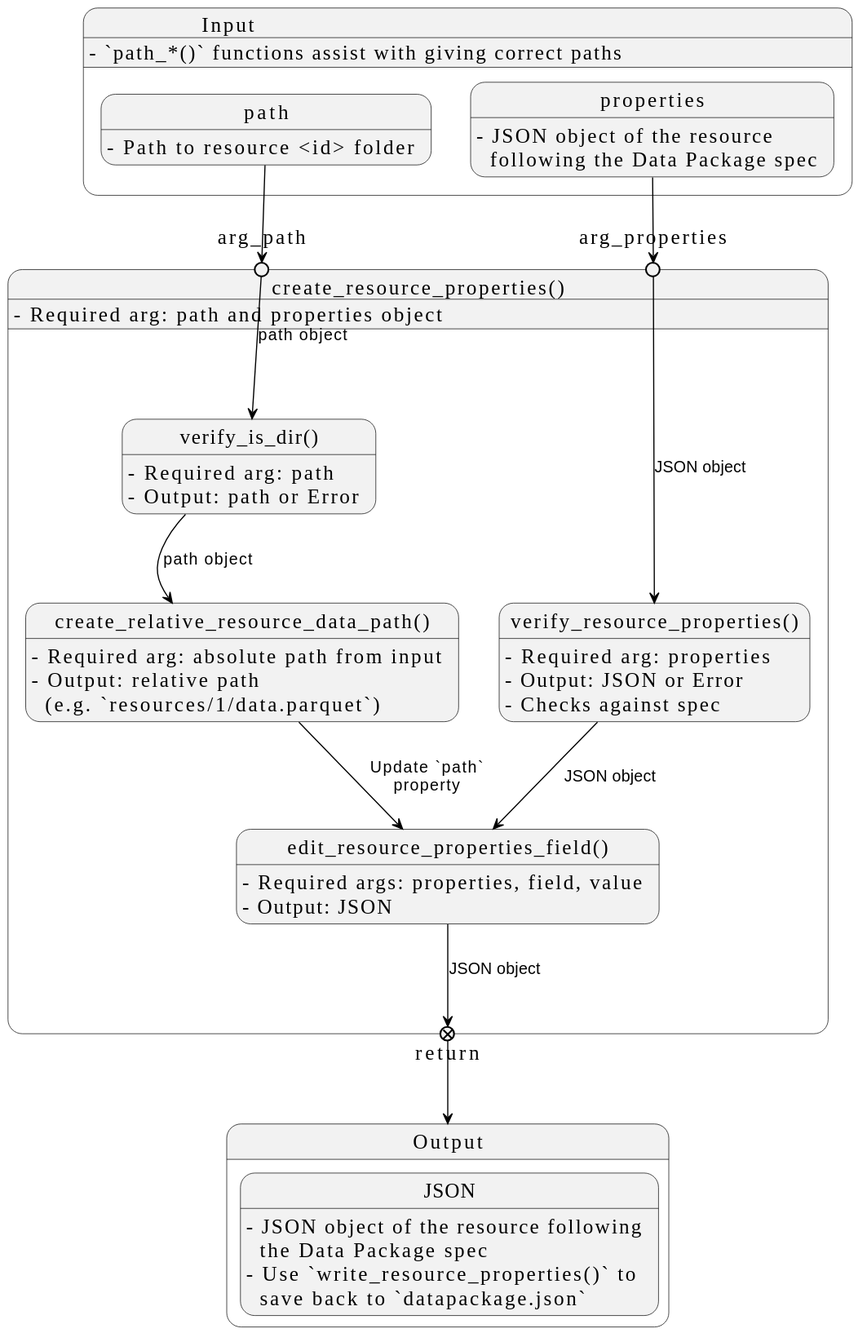
This is docs/design/images/core-python-functions/create-resource-properties.svg from signekb/seedcase-sprout, a PlantUML export, as it was before one commit. The source it was exported from:
```plantuml
@startuml
!theme seedcase from https://raw.githubusercontent.com/seedcase-project/seedcase-theme/main

state "Input" as input {
  input : - `path_*()` functions assist with giving correct paths
  path : - Path to resource <id> folder
  properties: - JSON object of the resource\n  following the Data Package spec
}

state "Output" as output {
  state "JSON" as json_output
  json_output : - JSON object of the resource following\n  the Data Package spec
  json_output : - Use `write_resource_properties()` to\n  save back to `datapackage.json`
}

state "create_resource_properties()" as crp {
  crp : - Required arg: path and properties object

  state arg_path <<entryPoint>>
  state arg_properties <<entryPoint>>

  path --> arg_path
  properties --> arg_properties

  state "verify_is_dir()" as vid
  vid : - Required arg: path
  vid : - Output: path or Error
  arg_path --> vid : path object

  state "create_relative_resource_data_path()" as crrdp
  crrdp : - Required arg: absolute path from input
  crrdp : - Output: relative path\n  (e.g. `resources/1/data.parquet`)
  vid --> crrdp : path object

  state "verify_resource_properties()" as vrp
  vrp : - Required arg: properties
  vrp : - Output: JSON or Error
  vrp : - Checks against spec
  arg_properties --> vrp : JSON object

  state "edit_resource_properties_field()" as erpf
  erpf : - Required args: properties, field, value
  erpf : - Output: JSON
  crrdp --> erpf : Update `path`\nproperty
  vrp --> erpf : JSON object

  state "return" <<exitPoint>>
  erpf --> return : JSON object
  return --> output
}
@enduml
```
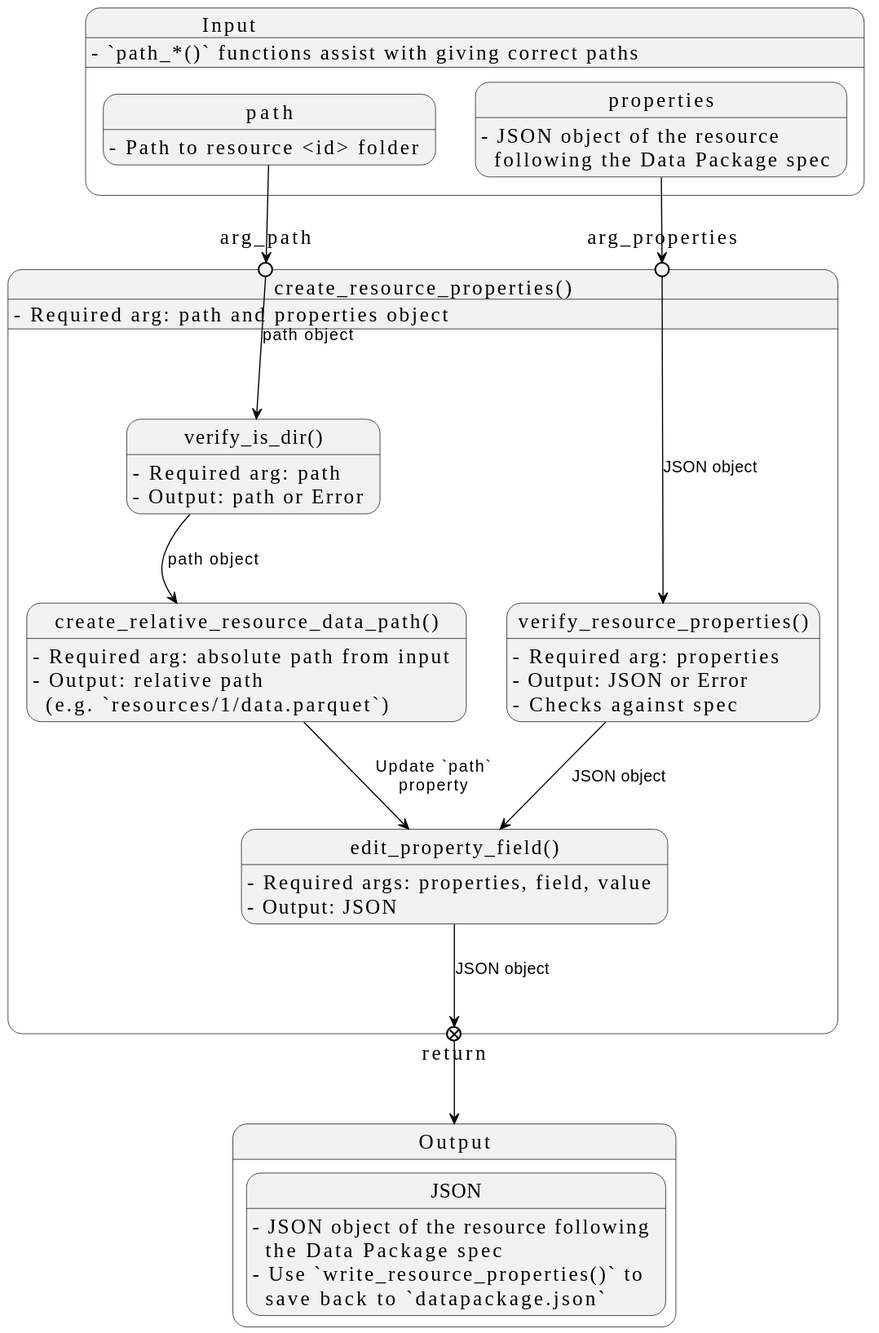
The same file after the commit.

Commit message:
refactor: ♻️  rename to `edit_property_field()` to be more inclusive (#658)

What changed in the source:
```diff
@@ -38,14 +38,14 @@
   vrp : - Checks against spec
   arg_properties --> vrp : JSON object
 
-  state "edit_resource_properties_field()" as erpf
-  erpf : - Required args: properties, field, value
-  erpf : - Output: JSON
-  crrdp --> erpf : Update `path`\nproperty
-  vrp --> erpf : JSON object
+  state "edit_property_field()" as epf
+  epf : - Required args: properties, field, value
+  epf : - Output: JSON
+  crrdp --> epf : Update `path`\nproperty
+  vrp --> epf : JSON object
 
   state "return" <<exitPoint>>
-  erpf --> return : JSON object
+  epf --> return : JSON object
   return --> output
 }
 @enduml
```
